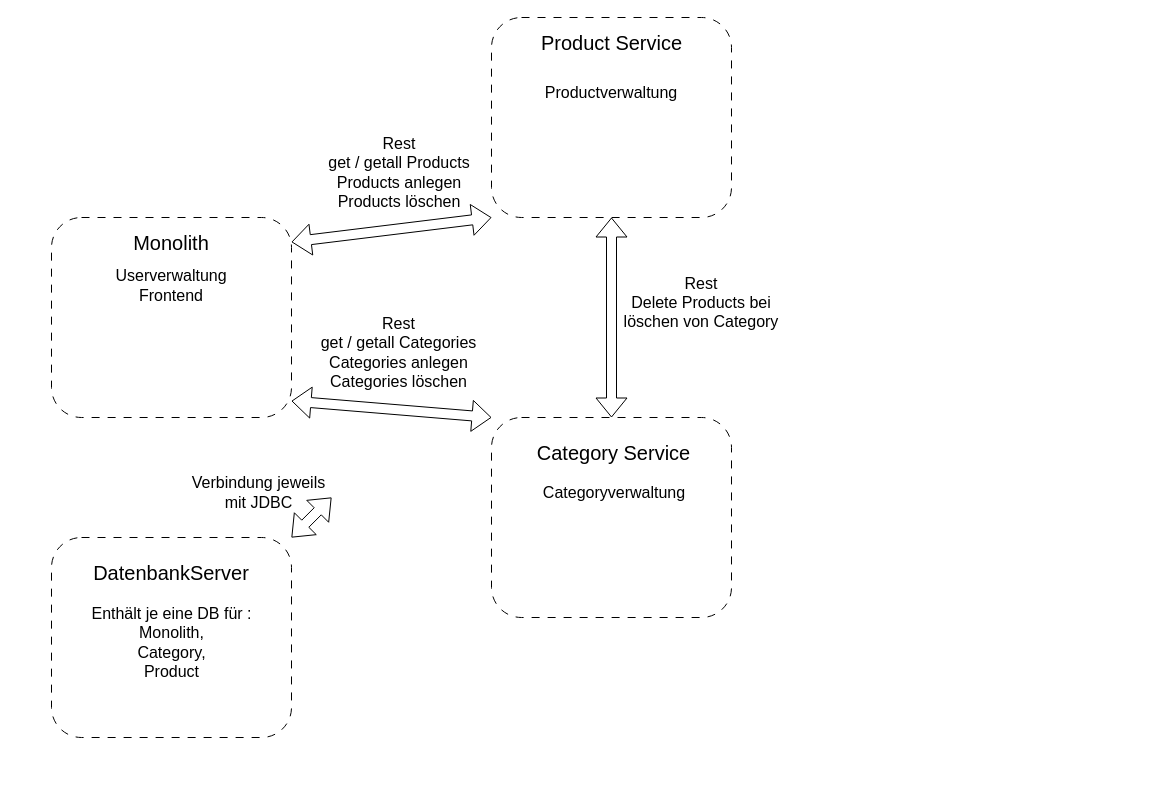
The draw.io diagram Architekturskizze.drawio in Sarrus4x4/hska-vis-legacy, before the edit. Source tidied: cells renumbered, new cells numbered last; positions are measured from the earlier drawing's top-left corner, leaving out a move shared by most shapes. Both pictures are drawn from the tidied source at 100%, with x=0, y=0 at pixel (51, 17).
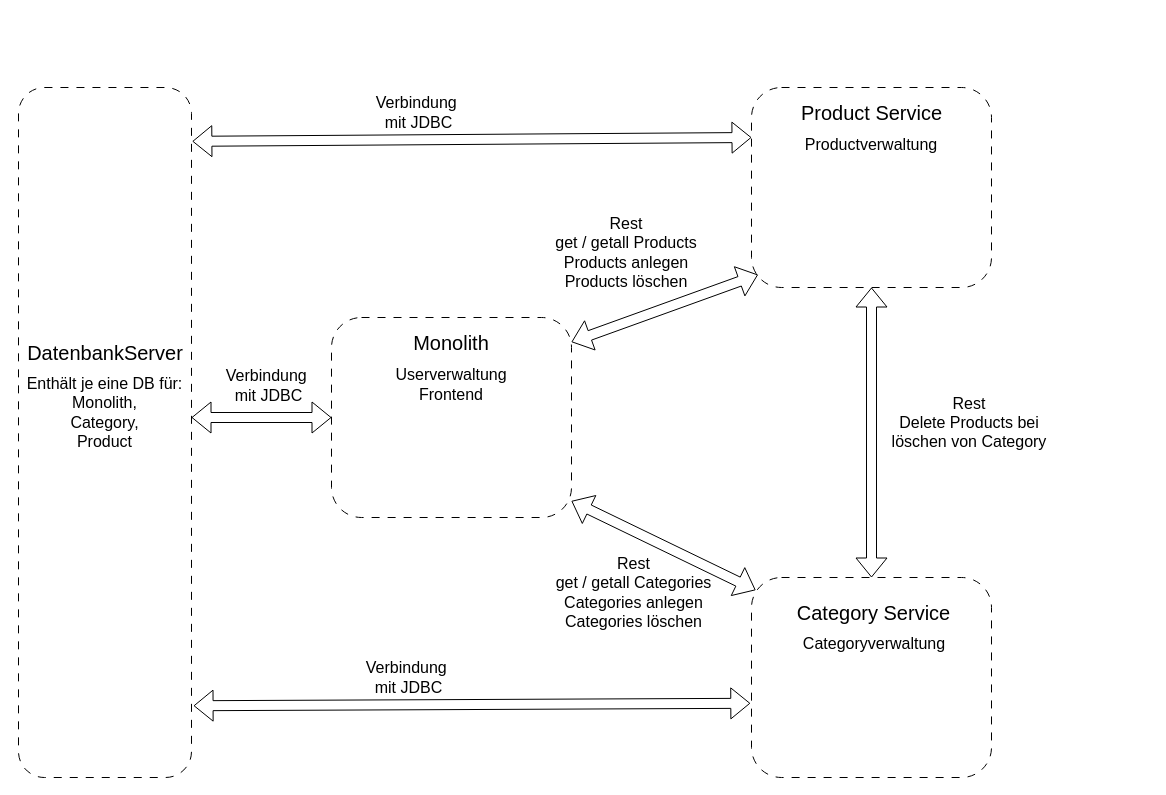
The same page after the edit.

What changed in the source:
```diff
@@
     <mxCell id="2" style="rounded=1;whiteSpace=wrap;html=1;dashed=1;dashPattern=8 8;" parent="1" vertex="1">
-      <mxGeometry y="200" width="240" height="200" as="geometry" />
+      <mxGeometry x="280" y="300" width="240" height="200" as="geometry" />
     </mxCell>
     <mxCell id="3" value="&lt;font style=&quot;font-size: 20px;&quot;&gt;Monolith&lt;/font&gt;" style="text;html=1;strokeColor=none;fillColor=none;align=center;verticalAlign=middle;whiteSpace=wrap;rounded=0;" parent="1" vertex="1">
-      <mxGeometry x="55" y="210" width="130" height="30" as="geometry" />
+      <mxGeometry x="335" y="310" width="130" height="30" as="geometry" />
     </mxCell>
     <mxCell id="4" value="Userverwaltung&lt;br&gt;Frontend" style="text;html=1;strokeColor=none;fillColor=none;align=center;verticalAlign=middle;whiteSpace=wrap;rounded=0;fontSize=16;" parent="1" vertex="1">
-      <mxGeometry x="90" y="253" width="60" height="30" as="geometry" />
+      <mxGeometry x="370" y="352" width="60" height="30" as="geometry" />
     </mxCell>
     <mxCell id="5" style="rounded=1;whiteSpace=wrap;html=1;dashed=1;dashPattern=8 8;" parent="1" vertex="1">
-      <mxGeometry x="440" y="400" width="240" height="200" as="geometry" />
+      <mxGeometry x="700" y="560" width="240" height="200" as="geometry" />
     </mxCell>
     <mxCell id="6" value="&lt;font style=&quot;font-size: 20px;&quot;&gt;Category Service&lt;/font&gt;" style="text;html=1;strokeColor=none;fillColor=none;align=center;verticalAlign=middle;whiteSpace=wrap;rounded=0;" parent="1" vertex="1">
-      <mxGeometry x="480" y="420" width="165" height="30" as="geometry" />
+      <mxGeometry x="740" y="580" width="165" height="30" as="geometry" />
     </mxCell>
     <mxCell id="7" value="Categoryverwaltung" style="text;html=1;strokeColor=none;fillColor=none;align=center;verticalAlign=middle;whiteSpace=wrap;rounded=0;fontSize=16;" parent="1" vertex="1">
-      <mxGeometry x="477.5" y="460" width="170" height="30" as="geometry" />
+      <mxGeometry x="737.5" y="611" width="170" height="30" as="geometry" />
     </mxCell>
     <mxCell id="8" style="rounded=1;whiteSpace=wrap;html=1;dashed=1;dashPattern=8 8;" parent="1" vertex="1">
-      <mxGeometry x="440" width="240" height="200" as="geometry" />
+      <mxGeometry x="700" y="70" width="240" height="200" as="geometry" />
     </mxCell>
     <mxCell id="9" value="&lt;font style=&quot;font-size: 20px;&quot;&gt;Product Service&lt;/font&gt;" style="text;html=1;strokeColor=none;fillColor=none;align=center;verticalAlign=middle;whiteSpace=wrap;rounded=0;" parent="1" vertex="1">
-      <mxGeometry x="487.5" y="10" width="145" height="30" as="geometry" />
+      <mxGeometry x="747.5" y="80" width="145" height="30" as="geometry" />
     </mxCell>
     <mxCell id="10" value="Productverwaltung" style="text;html=1;strokeColor=none;fillColor=none;align=center;verticalAlign=middle;whiteSpace=wrap;rounded=0;fontSize=16;" parent="1" vertex="1">
-      <mxGeometry x="500" y="60" width="120" height="30" as="geometry" />
+      <mxGeometry x="760" y="112" width="120" height="30" as="geometry" />
     </mxCell>
     <mxCell id="11" value="&lt;font style=&quot;font-size: 16px;&quot;&gt;Rest&lt;br&gt;get / getall Categories&lt;br style=&quot;border-color: var(--border-color);&quot;&gt;Categories anlegen&lt;br style=&quot;border-color: var(--border-color);&quot;&gt;Categories löschen&lt;br&gt;&lt;/font&gt;" style="text;html=1;strokeColor=none;fillColor=none;align=center;verticalAlign=middle;whiteSpace=wrap;rounded=0;" parent="1" vertex="1">
-      <mxGeometry x="250" y="320" width="195" height="30" as="geometry" />
+      <mxGeometry x="485" y="560" width="195" height="30" as="geometry" />
     </mxCell>
-    <mxCell id="12" style="shape=flexArrow;endArrow=classic;startArrow=classic;html=1;rounded=0;entryX=0;entryY=0;entryDx=0;entryDy=0;" parent="1" edge="1" target="5">
+    <mxCell id="12" style="shape=flexArrow;endArrow=classic;startArrow=classic;html=1;rounded=0;entryX=0.017;entryY=0.063;entryDx=0;entryDy=0;entryPerimeter=0;" parent="1" edge="1" target="5">
       <mxGeometry relative="1" as="geometry">
-        <mxPoint x="240" y="383.5" as="sourcePoint" />
+        <mxPoint x="520" y="483.5" as="sourcePoint" />
       </mxGeometry>
     </mxCell>
@@
     <mxCell id="14" value="Rest&lt;br&gt;Delete Products bei &lt;br&gt;löschen von Category" style="text;html=1;strokeColor=none;fillColor=none;align=center;verticalAlign=middle;whiteSpace=wrap;rounded=0;fontSize=16;" parent="1" vertex="1">
-      <mxGeometry x="470" y="270" width="360" height="30" as="geometry" />
+      <mxGeometry x="737.5" y="390" width="360" height="30" as="geometry" />
     </mxCell>
     <mxCell id="15" value="&lt;font style=&quot;font-size: 16px;&quot;&gt;Rest&lt;br&gt;get / getall Products&lt;br&gt;Products anlegen&lt;br&gt;Products löschen&lt;br&gt;&lt;/font&gt;" style="text;html=1;strokeColor=none;fillColor=none;align=center;verticalAlign=middle;whiteSpace=wrap;rounded=0;" parent="1" vertex="1">
-      <mxGeometry x="252.5" y="140" width="190" height="30" as="geometry" />
+      <mxGeometry x="480" y="220" width="190" height="30" as="geometry" />
     </mxCell>
-    <mxCell id="16" style="shape=flexArrow;endArrow=classic;startArrow=classic;html=1;rounded=0;entryX=0;entryY=1;entryDx=0;entryDy=0;" parent="1" edge="1" target="8">
+    <mxCell id="16" style="shape=flexArrow;endArrow=classic;startArrow=classic;html=1;rounded=0;entryX=0.027;entryY=0.936;entryDx=0;entryDy=0;entryPerimeter=0;" parent="1" edge="1" target="8">
       <mxGeometry relative="1" as="geometry">
-        <mxPoint x="240" y="224.5" as="sourcePoint" />
+        <mxPoint x="520" y="324.5" as="sourcePoint" />
       </mxGeometry>
     </mxCell>
     <mxCell id="17" style="rounded=1;whiteSpace=wrap;html=1;dashed=1;dashPattern=8 8;" parent="1" vertex="1">
-      <mxGeometry y="520" width="240" height="200" as="geometry" />
+      <mxGeometry x="-33" y="70" width="173" height="690" as="geometry" />
     </mxCell>
+    <mxCell id="21" value="&lt;font style=&quot;font-size: 16px;&quot;&gt;Verbindung&amp;nbsp;&lt;/font&gt;&lt;div&gt;&lt;font style=&quot;font-size: 16px;&quot;&gt;mit JDBC&lt;br&gt;&lt;/font&gt;&lt;/div&gt;" style="text;html=1;strokeColor=none;fillColor=none;align=center;verticalAlign=middle;whiteSpace=wrap;rounded=0;" parent="1" vertex="1">
+      <mxGeometry x="295" y="645" width="125" height="30" as="geometry" />
+    </mxCell>
     <mxCell id="18" value="&lt;font style=&quot;font-size: 20px;&quot;&gt;DatenbankServer&lt;/font&gt;" style="text;html=1;strokeColor=none;fillColor=none;align=center;verticalAlign=middle;whiteSpace=wrap;rounded=0;" parent="1" vertex="1">
-      <mxGeometry x="55" y="540" width="130" height="30" as="geometry" />
+      <mxGeometry x="-11.5" y="320" width="130" height="30" as="geometry" />
     </mxCell>
-    <mxCell id="19" value="Enthält je eine DB für :&lt;br&gt;Monolith,&lt;br&gt;Category,&lt;br&gt;Product" style="text;html=1;strokeColor=none;fillColor=none;align=center;verticalAlign=middle;whiteSpace=wrap;rounded=0;fontSize=16;" parent="1" vertex="1">
-      <mxGeometry x="32.5" y="610" width="175" height="30" as="geometry" />
-    </mxCell>
-    <mxCell id="20" style="shape=flexArrow;endArrow=classic;startArrow=classic;html=1;rounded=0;exitX=1;exitY=0;exitDx=0;exitDy=0;" parent="1" edge="1" source="17">
-      <mxGeometry relative="1" as="geometry">
-        <mxPoint x="280" y="480" as="targetPoint" />
-      </mxGeometry>
-    </mxCell>
-    <mxCell id="21" value="&lt;font style=&quot;font-size: 16px;&quot;&gt;Verbindung jeweils&lt;br&gt;mit JDBC&lt;br&gt;&lt;/font&gt;" style="text;html=1;strokeColor=none;fillColor=none;align=center;verticalAlign=middle;whiteSpace=wrap;rounded=0;" parent="1" vertex="1">
-      <mxGeometry x="110" y="460" width="195" height="30" as="geometry" />
-    </mxCell>
+    <mxCell id="22" value="Enthält je eine DB für:&lt;br&gt;Monolith,&lt;br&gt;Category,&lt;br&gt;Product" style="text;html=1;strokeColor=none;fillColor=none;align=center;verticalAlign=middle;whiteSpace=wrap;rounded=0;fontSize=16;" parent="1" vertex="1">
+      <mxGeometry x="-34" y="345" width="175" height="100" as="geometry" />
+    </mxCell>
+    <mxCell id="23" style="shape=flexArrow;endArrow=classic;startArrow=classic;html=1;rounded=0;exitX=1.005;exitY=0.078;exitDx=0;exitDy=0;exitPerimeter=0;entryX=0;entryY=0.25;entryDx=0;entryDy=0;" parent="1" edge="1" source="17" target="8">
+      <mxGeometry relative="1" as="geometry" />
+    </mxCell>
+    <mxCell id="24" style="shape=flexArrow;endArrow=classic;startArrow=classic;html=1;rounded=0;exitX=1.012;exitY=0.896;exitDx=0;exitDy=0;exitPerimeter=0;entryX=-0.005;entryY=0.629;entryDx=0;entryDy=0;entryPerimeter=0;" parent="1" edge="1" source="17" target="5">
+      <mxGeometry relative="1" as="geometry" />
+    </mxCell>
+    <mxCell id="25" style="shape=flexArrow;endArrow=classic;startArrow=classic;html=1;rounded=0;entryX=0;entryY=0.5;entryDx=0;entryDy=0;" parent="1" edge="1" target="2">
+      <mxGeometry relative="1" as="geometry">
+        <mxPoint x="140" y="400" as="sourcePoint" />
+      </mxGeometry>
+    </mxCell>
+    <mxCell id="26" value="&lt;font style=&quot;font-size: 16px;&quot;&gt;Verbindung&amp;nbsp;&lt;/font&gt;&lt;div&gt;&lt;font style=&quot;font-size: 16px;&quot;&gt;mit JDBC&lt;br&gt;&lt;/font&gt;&lt;/div&gt;" style="text;html=1;strokeColor=none;fillColor=none;align=center;verticalAlign=middle;whiteSpace=wrap;rounded=0;" parent="1" vertex="1">
+      <mxGeometry x="305" y="80" width="125" height="30" as="geometry" />
+    </mxCell>
+    <mxCell id="27" value="&lt;font style=&quot;font-size: 16px;&quot;&gt;Verbindung&amp;nbsp;&lt;/font&gt;&lt;div&gt;&lt;font style=&quot;font-size: 16px;&quot;&gt;mit JDBC&lt;br&gt;&lt;/font&gt;&lt;/div&gt;" style="text;html=1;strokeColor=none;fillColor=none;align=center;verticalAlign=middle;whiteSpace=wrap;rounded=0;" parent="1" vertex="1">
+      <mxGeometry x="155" y="353" width="125" height="30" as="geometry" />
+    </mxCell>
```
